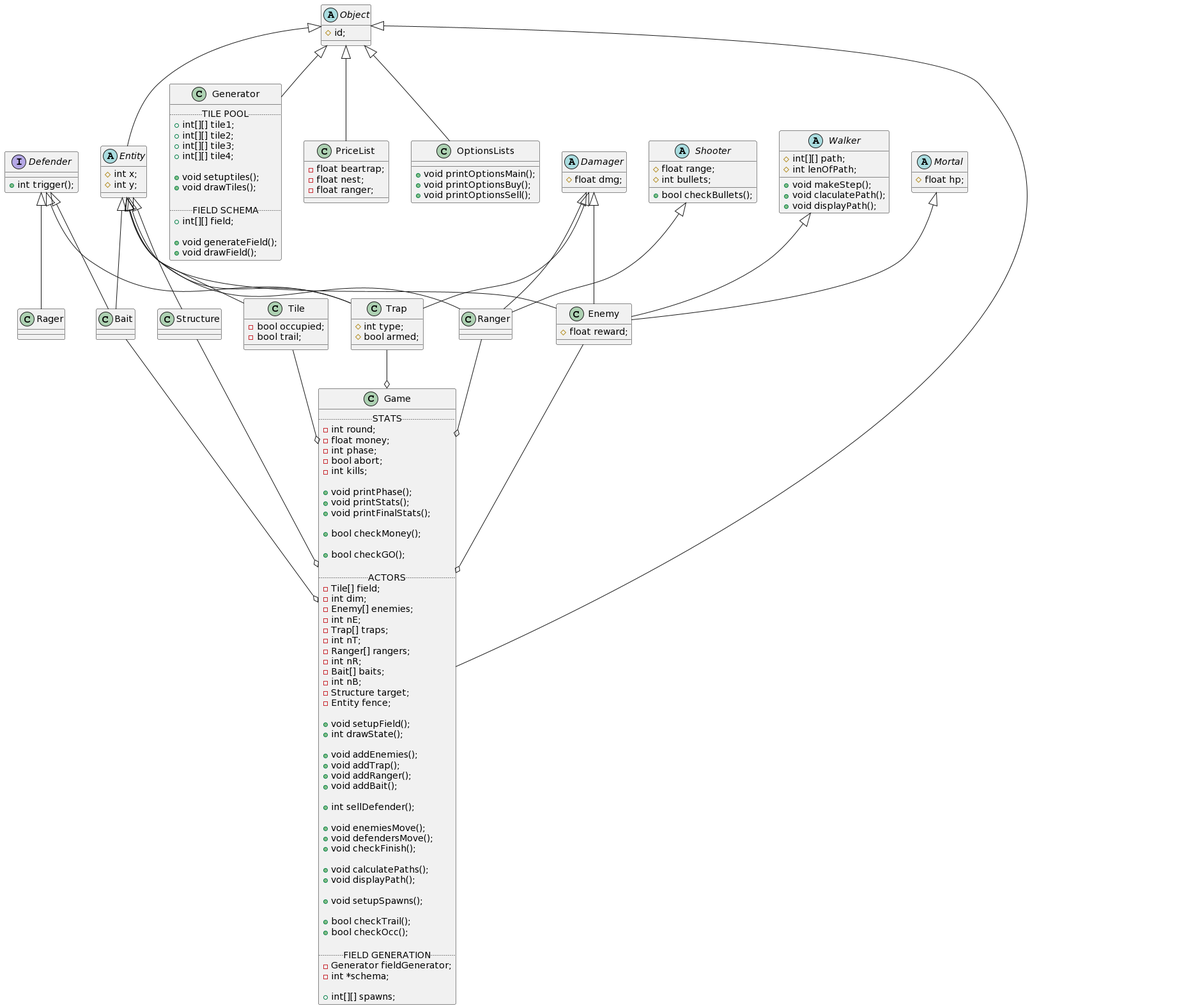
The PlantUML diagram class-diagram.png in Starlight-Crusader/OOP-Project-I-New, before a commit. Its diagram source:
```plantuml
@startuml
Object <|-- Entity
Object <|-- Game
Object <|-- Generator
Object <|-- PriceList
Object <|-- OptionsLists

Entity <|-- Trap
Entity <|-- Bait
Entity <|-- Ranger
Entity <|-- Structure
Entity <|-- Tile
Entity <|-- Enemy

Damager <|-- Enemy
Damager <|-- Trap
Damager <|-- Ranger

Defender <|-- Trap
Defender <|-- Bait
Defender <|-- Rager

Mortal <|-- Enemy

Trap --o Game
Bait --o Game
Ranger --o Game
Structure --o Game
Tile --o Game
Enemy --o Game

Walker <|-- Enemy
Shooter <|-- Ranger

abstract Object {
 # id;
}

abstract Entity {
 # int x;
 # int y;
}

abstract Damager {
 # float dmg;
}

abstract Mortal {
 # float hp;
}

abstract Walker {
 # int[][] path;
 # int lenOfPath;

 + void makeStep();
 + void claculatePath();
 + void displayPath();
}

abstract Shooter {
 # float range;
 # int bullets;

 + bool checkBullets();
}

interface Defender {
 + int trigger();
}

class Enemy {
 # float reward;
}

class Trap {
 # int type;
 # bool armed;
}

class Bait {}

class Ranger {}

class Structure {}

class Tile {
 - bool occupied;
 - bool trail;
}

class Game {
 .. STATS ..
 - int round;
 - float money;
 - int phase;
 - bool abort;
 - int kills;

 + void printPhase();
 + void printStats();
 + void printFinalStats();

 + bool checkMoney();

 + bool checkGO();

 .. ACTORS ..
 - Tile[] field;
 - int dim;
 - Enemy[] enemies;
 - int nE;
 - Trap[] traps;
 - int nT;
 - Ranger[] rangers;
 - int nR;
 - Bait[] baits;
 - int nB;
 - Structure target;
 - Entity fence;

 + void setupField();
 + int drawState();

 + void addEnemies();
 + void addTrap();
 + void addRanger();
 + void addBait();

 + int sellDefender();

 + void enemiesMove();
 + void defendersMove();
 + void checkFinish();

 + void calculatePaths();
 + void displayPath();

 + void setupSpawns();

 + bool checkTrail();
 + bool checkOcc();

 .. FIELD GENERATION ..
 - Generator fieldGenerator;
 - int *schema;

 + int[][] spawns;
}

class PriceList {
 - float beartrap;
 - float nest;
 - float ranger;
}

class OptionsLists {
 + void printOptionsMain();
 + void printOptionsBuy();
 + void printOptionsSell();
}

class Generator {
 .. TILE POOL ..
 + int[][] tile1;
 + int[][] tile2;
 + int[][] tile3;
 + int[][] tile4;

 + void setuptiles();
 + void drawTiles();

 .. FIELD SCHEMA ..
 + int[][] field;

 + void generateField();
 + void drawField();
}
@enduml
```
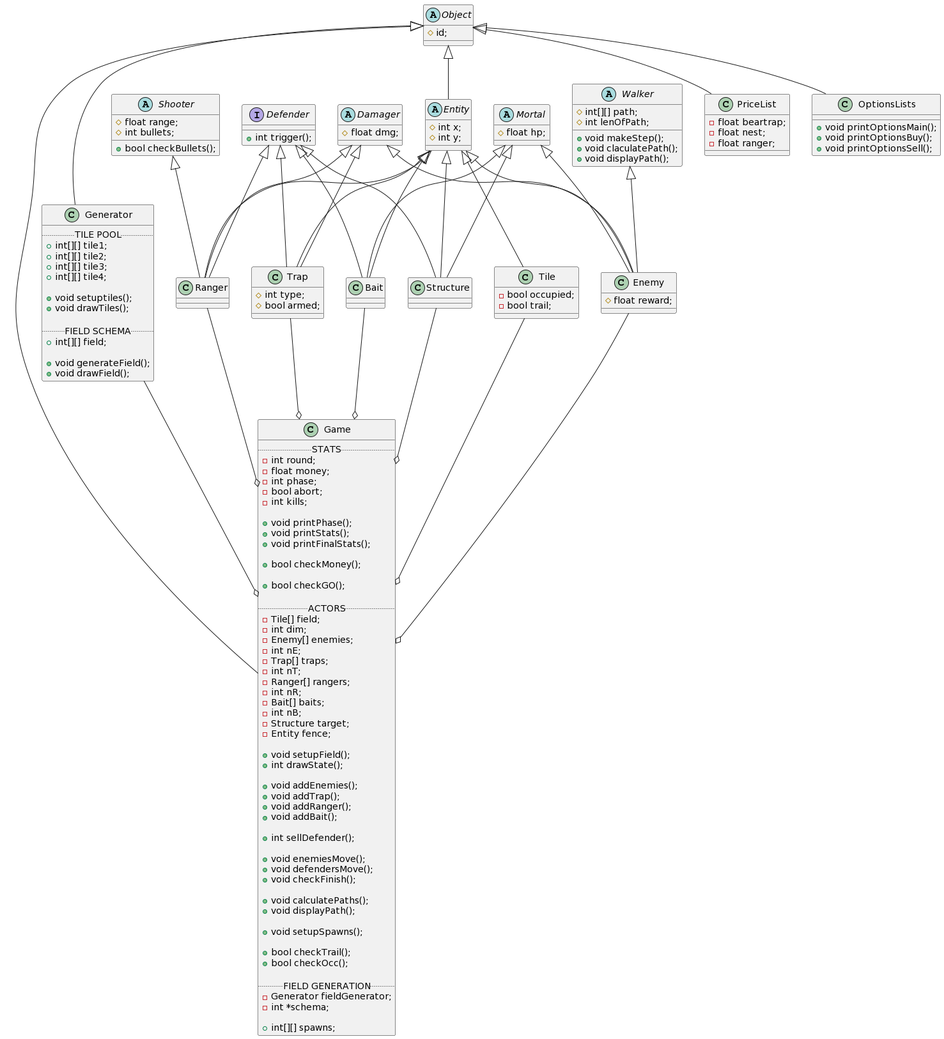
After the change.

Commit message:
(main) Modified the class diagram.

The edit, as a diff of the source:
```diff
@@ -18,9 +18,12 @@
 
 Defender <|-- Trap
 Defender <|-- Bait
-Defender <|-- Rager
+Defender <|-- Ranger
+Defender <|-- Structure
 
 Mortal <|-- Enemy
+Mortal <|-- Structure
+Mortal <|-- Bait
 
 Trap --o Game
 Bait --o Game
@@ -28,6 +31,8 @@
 Structure --o Game
 Tile --o Game
 Enemy --o Game
+
+Generator --o Game
 
 Walker <|-- Enemy
 Shooter <|-- Ranger
```
